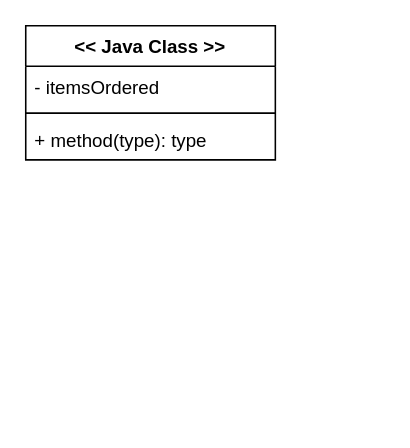
The draw.io diagram Untitled Diagram.drawio in Z-techIT/Aims, before the edit. Source tidied: cells renumbered, new cells numbered last; positions are measured from the earlier drawing's top-left corner, leaving out a move shared by most shapes. Both pictures are drawn from the tidied source at 156%, with x=0, y=0 at pixel (25, 25).
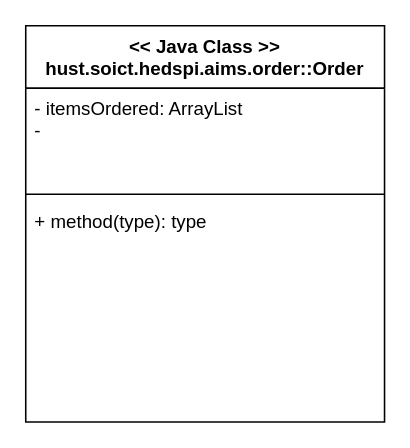
The same diagram, later.

Commit message:
Lab07 UML

What changed in the source:
```diff
@@
 <mxGraphModel>
   <root>
     <mxCell id="0" />
     <mxCell id="1" parent="0" />
-    <mxCell id="2" value="&lt;&lt; Java Class &gt;&gt;" style="swimlane;fontStyle=1;align=center;verticalAlign=top;horizontal=1;startSize=26;" parent="1" vertex="1">
-      <mxGeometry width="160" height="86" as="geometry" />
+    <mxCell id="2" value="&lt;&lt; Java Class &gt;&gt;&#10;hust.soict.hedspi.aims.order::Order" style="swimlane;fontStyle=1;align=center;verticalAlign=top;horizontal=1;startSize=40;" parent="1" vertex="1">
+      <mxGeometry width="230" height="254" as="geometry" />
     </mxCell>
-    <mxCell id="3" value="- itemsOrdered" style="text;strokeColor=none;fillColor=none;align=left;verticalAlign=top;spacingLeft=4;spacingRight=4;overflow=hidden;" parent="2" vertex="1">
-      <mxGeometry y="26" width="160" height="26" as="geometry" />
+    <mxCell id="3" value="- itemsOrdered: ArrayList&#10;- &#10;" style="text;strokeColor=none;fillColor=none;align=left;verticalAlign=top;spacingLeft=4;spacingRight=4;overflow=hidden;" parent="2" vertex="1">
+      <mxGeometry y="40" width="230" height="64" as="geometry" />
     </mxCell>
     <mxCell id="4" style="line;strokeWidth=1;fillColor=none;align=left;verticalAlign=middle;spacingTop=-1;spacingLeft=3;spacingRight=3;labelPosition=right;" parent="2" vertex="1">
-      <mxGeometry y="52" width="160" height="8" as="geometry" />
+      <mxGeometry y="104" width="230" height="8" as="geometry" />
     </mxCell>
     <mxCell id="5" value="+ method(type): type" style="text;strokeColor=none;fillColor=none;align=left;verticalAlign=top;spacingLeft=4;spacingRight=4;overflow=hidden;" parent="2" vertex="1">
-      <mxGeometry y="60" width="160" height="26" as="geometry" />
+      <mxGeometry y="112" width="230" height="142" as="geometry" />
     </mxCell>
   </root>
 </mxGraphModel>
```
